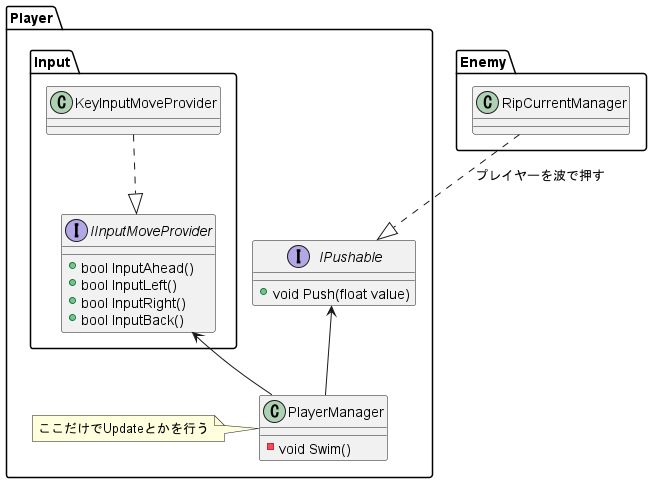
Above: uml/ClassDesign.png in saitocastel1900/PrePteam (PlantUML), before the change.
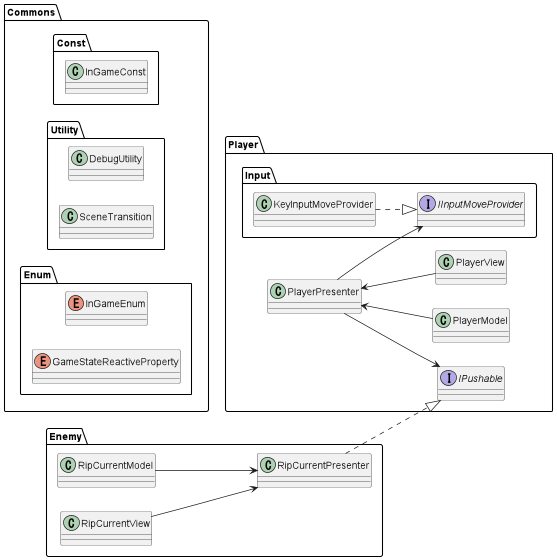
After the commit.

Commit message:
style：クラス図を変更しました

Change to the diagram source:
```diff
@@ -1,34 +1,56 @@
 @startuml
 
+left to right direction
+
 namespace Player{
-class PlayerManager{
--void Swim()
+class PlayerPresenter{
 }
-note left of PlayerManager : ここだけでUpdateとかを行う
+class PlayerModel{
+}
+class PlayerView{
+}
+
+PlayerView--u>PlayerPresenter
+PlayerModel--u>PlayerPresenter
 
 namespace Input{
 class KeyInputMoveProvider{
 }
 interface IInputMoveProvider{
-+bool InputAhead()
-+bool InputLeft()
-+bool InputRight()
-+bool InputBack()
 }
 }
 interface IPushable{
-+void Push(float value)
 }
 }
 
 namespace Enemy{
-class RipCurrentManager{
+class RipCurrentPresenter{
+}
+class RipCurrentModel{
+}
+class RipCurrentView{
+}
+RipCurrentModel-->RipCurrentPresenter
+RipCurrentView-->RipCurrentPresenter
+}
+
+namespace Commons{
+namespace Const{
+class InGameConst{}
+}
+namespace Utility{
+class DebugUtility{}
+class SceneTransition{}
+}
+namespace Enum{
+enum InGameEnum{}
+enum GameStateReactiveProperty{}
 }
 }
 
 Player.Input.KeyInputMoveProvider..|>Player.Input.IInputMoveProvider
-Enemy.RipCurrentManager..|>Player.IPushable : プレイヤーを波で押す
-Player.PlayerManager-u->Player.IPushable
-Player.PlayerManager-u->Player.Input.IInputMoveProvider
+Enemy.RipCurrentPresenter..|>Player.IPushable
+Player.PlayerPresenter-->Player.IPushable
+Player.PlayerPresenter-->Player.Input.IInputMoveProvider
 
 @enduml
```
